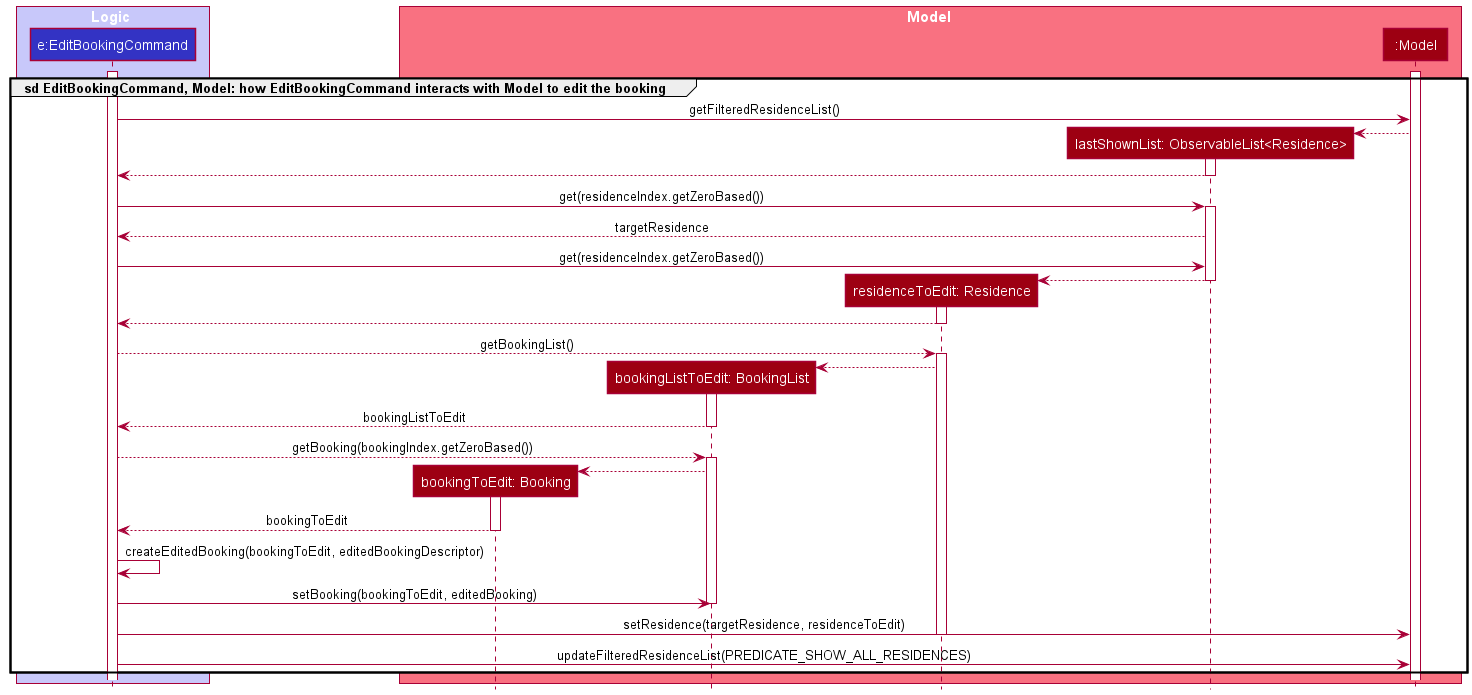
Above: docs/images/EditBookingSequenceRefDiagram.png in nus-cs2103-AY2021S2/tp (PlantUML), before the change.
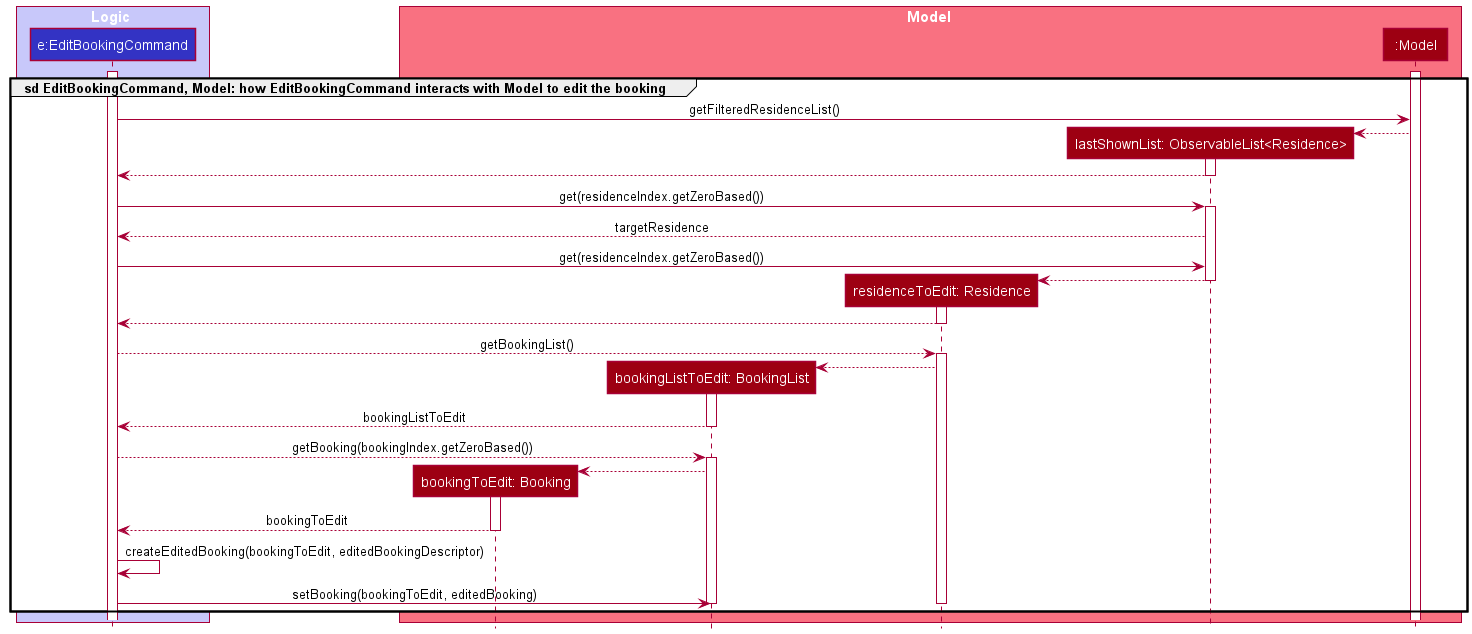
Above is the later version.

Diff of the diagram source:
```diff
@@ -55,9 +55,7 @@
 
     EditBookingCommand -> bookingListToEdit: setBooking(bookingToEdit, editedBooking)
     deactivate bookingListToEdit
-    EditBookingCommand -> Model: setResidence(targetResidence, residenceToEdit)
     deactivate residenceToEdit
-    EditBookingCommand -> Model: updateFilteredResidenceList(PREDICATE_SHOW_ALL_RESIDENCES)
 
 
 end
```
